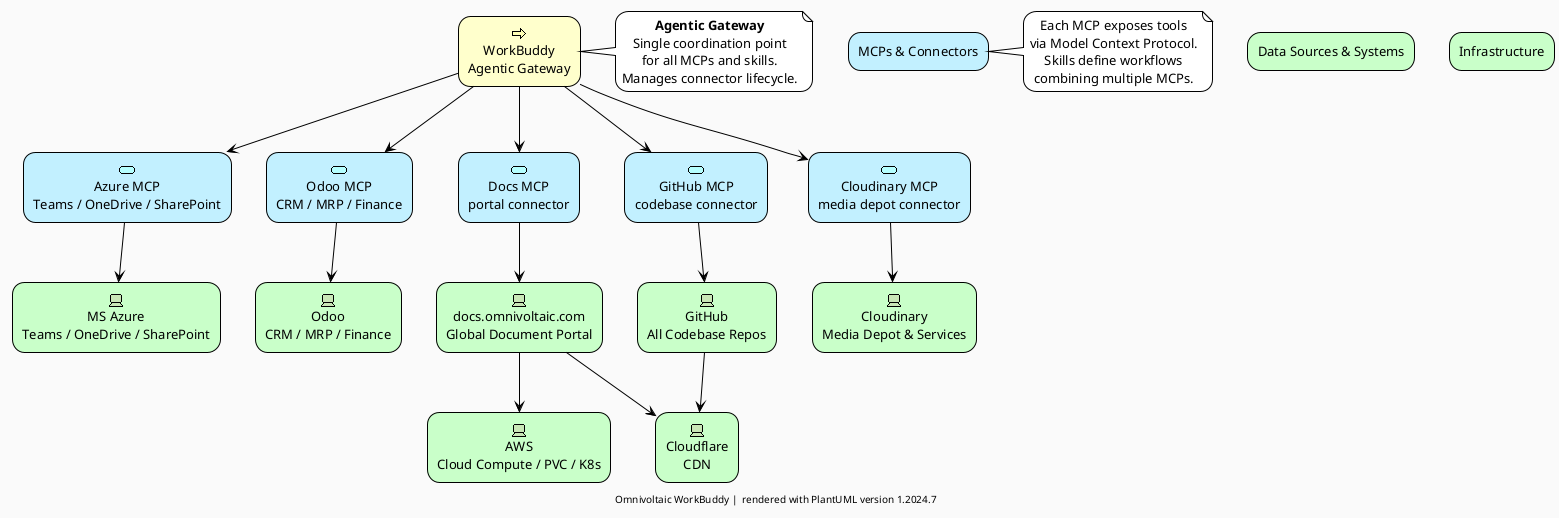
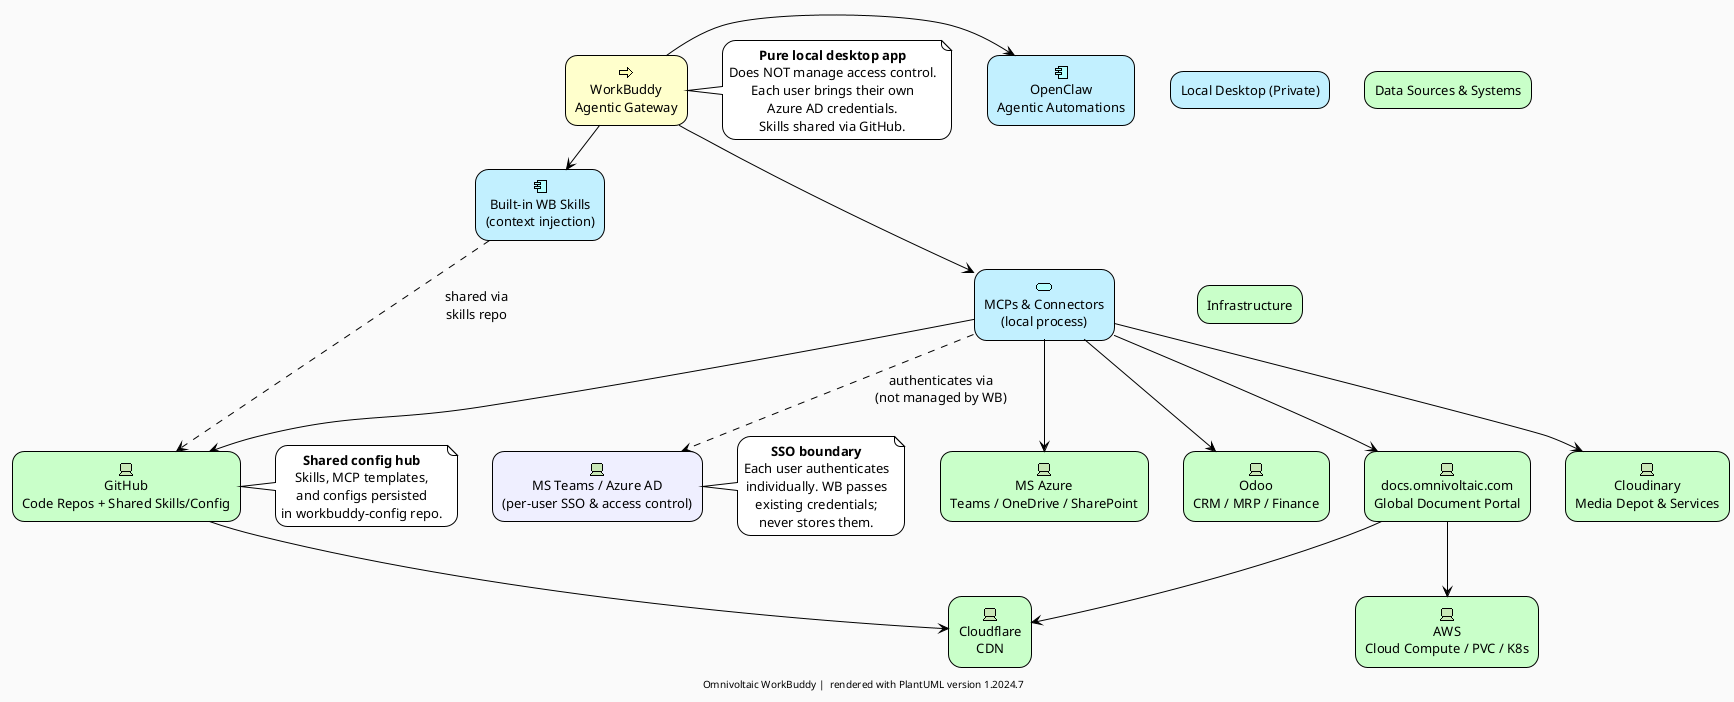
@startuml OVES WorkBuddy Architecture

' ===== STYLING =====
!theme plain
skinparam backgroundColor #FAFAFA
skinparam defaultFontName "Segoe UI"
skinparam defaultFontSize 13
skinparam shadowing false
skinparam roundcorner 25
skinparam defaultTextAlignment center
+ skinparam WrapWidth 1400

- ' ===== LAYER: AGENTIC GATEWAY =====
+ ' ===== LOCAL DESKTOP (PRIVATE) =====
rectangle "WorkBuddy\nAgentic Gateway" as WB <<$archimate/business-process>> #Business

- ' ===== LAYER: MCPs & CONNECTORS =====
- rectangle "Azure MCP\nTeams / OneDrive / SharePoint" as AzureMCP <<$archimate/application-service>> #Application
- rectangle "Odoo MCP\nCRM / MRP / Finance" as OdooMCP <<$archimate/application-service>> #Application
- rectangle "Docs MCP\nportal connector" as DocsMCP <<$archimate/application-service>> #Application
- rectangle "GitHub MCP\ncodebase connector" as GitHubMCP <<$archimate/application-service>> #Application
- rectangle "Cloudinary MCP\nmedia depot connector" as CloudinaryMCP <<$archimate/application-service>> #Application
+ rectangle "Built-in WB Skills\n(context injection)" as WBSkills <<$archimate/application-component>> #Application
+ rectangle "OpenClaw\nAgentic Automations" as OpenClaw <<$archimate/application-component>> #Application

- ' ===== LAYER: DATA SOURCES =====
+ rectangle "MCPs & Connectors\n(local process)" as MCPLayer <<$archimate/application-service>> #Application
+ 
+ ' ===== AUTH LAYER =====
+ rectangle "MS Teams / Azure AD\n(per-user SSO & access control)" as AzureAD <<$archimate/technology-device>> #Motivation
+ 
+ ' ===== DATA SOURCES =====
rectangle "MS Azure\nTeams / OneDrive / SharePoint" as Azure <<$archimate/technology-device>> #Technology
rectangle "Odoo\nCRM / MRP / Finance" as Odoo <<$archimate/technology-device>> #Technology
rectangle "docs.omnivoltaic.com\nGlobal Document Portal" as Docs <<$archimate/technology-device>> #Technology
- rectangle "GitHub\nAll Codebase Repos" as GitHub <<$archimate/technology-device>> #Technology
+ rectangle "GitHub\nCode Repos + Shared Skills/Config" as GitHub <<$archimate/technology-device>> #Technology
rectangle "Cloudinary\nMedia Depot & Services" as Cloudinary <<$archimate/technology-device>> #Technology

- ' ===== LAYER: INFRASTRUCTURE =====
+ ' ===== INFRASTRUCTURE =====
rectangle "AWS\nCloud Compute / PVC / K8s" as AWS <<$archimate/technology-device>> #Technology
rectangle "Cloudflare\nCDN" as CF <<$archimate/technology-device>> #Technology

' ===== GROUPINGS =====
- rectangle "MCPs & Connectors" as MCPGroup #Application
+ rectangle "Local Desktop (Private)" as LocalGroup #Application
rectangle "Data Sources & Systems" as DataGroup #Technology
rectangle "Infrastructure" as InfraGroup #Technology

- ' ===== RELATIONSHIPS: WB → MCPs =====
- WB -down-> AzureMCP
- WB -down-> OdooMCP
- WB -down-> DocsMCP
- WB -down-> GitHubMCP
- WB -down-> CloudinaryMCP
+ ' ===== RELATIONSHIPS =====
+ WB -right-> WBSkills
+ WB -right-> OpenClaw
+ WB -down-> MCPLayer

- ' ===== RELATIONSHIPS: MCPs → Data Sources =====
- AzureMCP -down-> Azure
- OdooMCP -down-> Odoo
- DocsMCP -down-> Docs
- GitHubMCP -down-> GitHub
- CloudinaryMCP -down-> Cloudinary
+ ' Auth
+ MCPLayer ..> AzureAD : authenticates via\n(not managed by WB)

- ' ===== RELATIONSHIPS: Data Sources → Infrastructure =====
+ ' MCP → Data Sources
+ MCPLayer -down-> Azure
+ MCPLayer -down-> Odoo
+ MCPLayer -down-> Docs
+ MCPLayer -down-> GitHub
+ MCPLayer -down-> Cloudinary
+ 
+ ' Skills shared via GitHub
+ WBSkills ..> GitHub : shared via\nskills repo
+ 
+ ' Data → Infrastructure
Docs -down-> AWS
Docs -down-> CF
GitHub -down-> CF

' ===== ANNOTATIONS =====
note right of WB
-   **Agentic Gateway**
-   Single coordination point
-   for all MCPs and skills.
-   Manages connector lifecycle.
+   **Pure local desktop app**
+   Does NOT manage access control.
+   Each user brings their own
+   Azure AD credentials.
+   Skills shared via GitHub.
end note

- note right of MCPGroup
-   Each MCP exposes tools
-   via Model Context Protocol.
-   Skills define workflows
-   combining multiple MCPs.
+ note right of AzureAD
+   **SSO boundary**
+   Each user authenticates
+   individually. WB passes
+   existing credentials;
+   never stores them.
+ end note
+ 
+ note right of GitHub
+   **Shared config hub**
+   Skills, MCP templates,
+   and configs persisted
+   in workbuddy-config repo.
end note

footer Omnivoltaic WorkBuddy | %filename() rendered with PlantUML version %version()

@enduml
